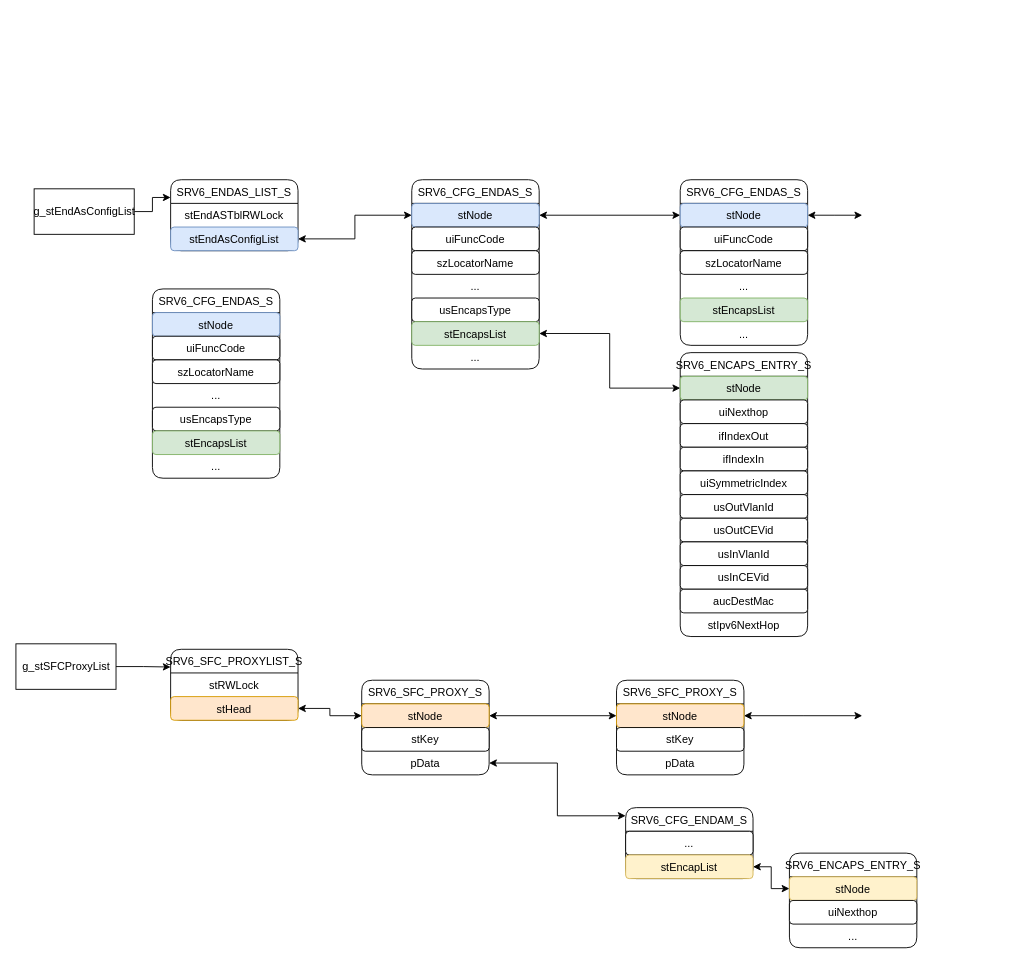
The draw.io diagram page "SRMS" (5 of 5) of base.drawio in adinxu/draw.io, before the edit. Source tidied: cells renumbered, new cells numbered last; positions are measured from the earlier drawing's top-left corner, leaving out a move shared by most shapes. Both pictures are drawn from the tidied source at 91%, with x=0, y=0 at pixel (15, 179).
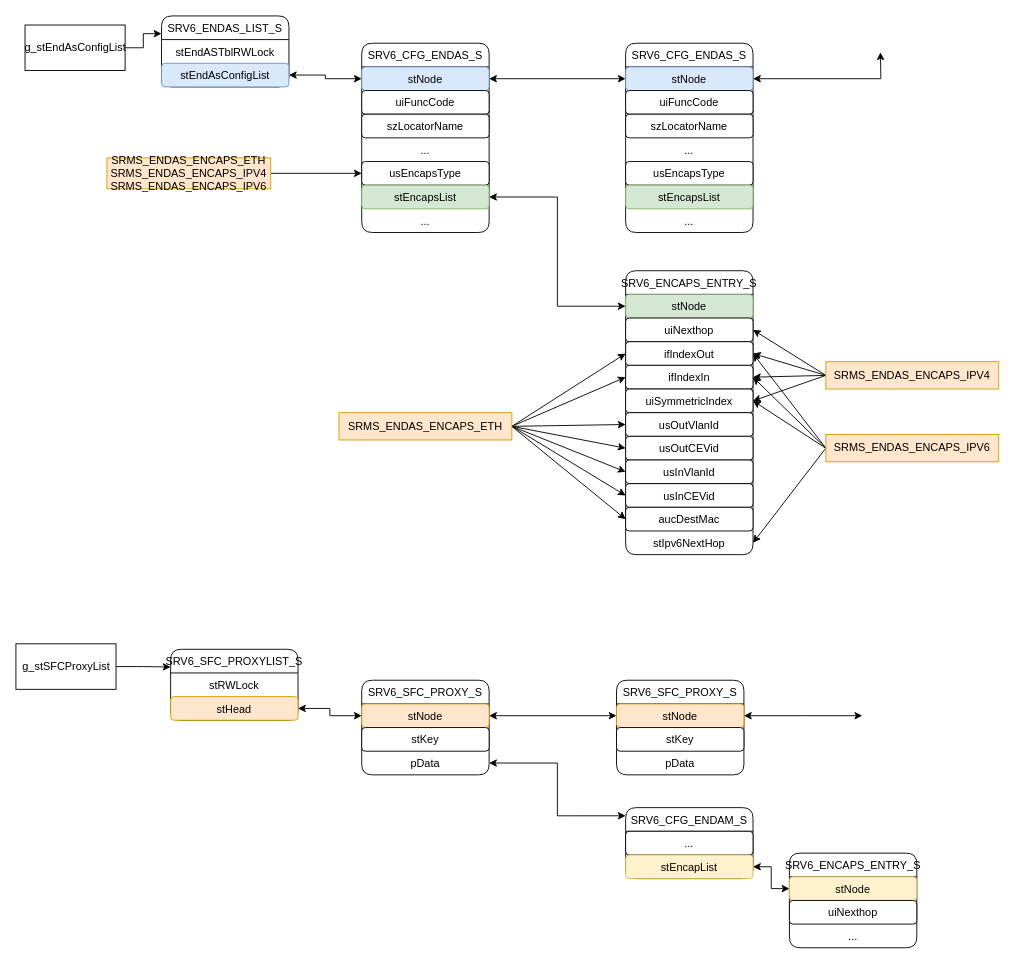
Above is the later version.

Unchanged cells that the change refers to:
```xml
<mxCell id="11" value="usEncapsType" style="text;strokeColor=default;fillColor=default;align=center;verticalAlign=top;spacingLeft=4;spacingRight=4;overflow=hidden;points=[[0,0.5],[1,0.5]];portConstraint=eastwest;rounded=1;shadow=0;glass=0;labelBackgroundColor=none;sketch=0;fontFamily=Helvetica;fontSize=12;fontColor=default;" parent="6" vertex="1">
  <mxGeometry y="130" width="140" height="26" as="geometry" />
</mxCell>
<mxCell id="17" value="uiNexthop" style="text;strokeColor=default;fillColor=default;align=center;verticalAlign=top;spacingLeft=4;spacingRight=4;overflow=hidden;points=[[0,0.5],[1,0.5]];portConstraint=eastwest;rounded=1;shadow=0;glass=0;labelBackgroundColor=none;sketch=0;fontFamily=Helvetica;fontSize=12;fontColor=default;" parent="15" vertex="1">
  <mxGeometry y="52" width="140" height="26" as="geometry" />
</mxCell>
<mxCell id="18" value="ifIndexOut" style="text;strokeColor=default;fillColor=default;align=center;verticalAlign=top;spacingLeft=4;spacingRight=4;overflow=hidden;points=[[0,0.5],[1,0.5]];portConstraint=eastwest;rounded=1;shadow=0;glass=0;labelBackgroundColor=none;sketch=0;fontFamily=Helvetica;fontSize=12;fontColor=default;" parent="15" vertex="1">
  <mxGeometry y="78" width="140" height="26" as="geometry" />
</mxCell>
<mxCell id="19" value="ifIndexIn" style="text;strokeColor=default;fillColor=default;align=center;verticalAlign=top;spacingLeft=4;spacingRight=4;overflow=hidden;points=[[0,0.5],[1,0.5]];portConstraint=eastwest;rounded=1;shadow=0;glass=0;labelBackgroundColor=none;sketch=0;fontFamily=Helvetica;fontSize=12;fontColor=default;" parent="15" vertex="1">
  <mxGeometry y="104" width="140" height="26" as="geometry" />
</mxCell>
<mxCell id="20" value="uiSymmetricIndex" style="text;strokeColor=default;fillColor=default;align=center;verticalAlign=top;spacingLeft=4;spacingRight=4;overflow=hidden;points=[[0,0.5],[1,0.5]];portConstraint=eastwest;rounded=1;shadow=0;glass=0;labelBackgroundColor=none;sketch=0;fontFamily=Helvetica;fontSize=12;fontColor=default;" parent="15" vertex="1">
  <mxGeometry y="130" width="140" height="26" as="geometry" />
</mxCell>
<mxCell id="21" value="usOutVlanId" style="text;strokeColor=default;fillColor=default;align=center;verticalAlign=top;spacingLeft=4;spacingRight=4;overflow=hidden;points=[[0,0.5],[1,0.5]];portConstraint=eastwest;rounded=1;shadow=0;glass=0;labelBackgroundColor=none;sketch=0;fontFamily=Helvetica;fontSize=12;fontColor=default;" parent="15" vertex="1">
  <mxGeometry y="156" width="140" height="26" as="geometry" />
</mxCell>
<mxCell id="22" value="usOutCEVid" style="text;strokeColor=default;fillColor=default;align=center;verticalAlign=top;spacingLeft=4;spacingRight=4;overflow=hidden;points=[[0,0.5],[1,0.5]];portConstraint=eastwest;rounded=1;shadow=0;glass=0;labelBackgroundColor=none;sketch=0;fontFamily=Helvetica;fontSize=12;fontColor=default;" parent="15" vertex="1">
  <mxGeometry y="182" width="140" height="26" as="geometry" />
</mxCell>
<mxCell id="23" value="usInVlanId" style="text;strokeColor=default;fillColor=default;align=center;verticalAlign=top;spacingLeft=4;spacingRight=4;overflow=hidden;points=[[0,0.5],[1,0.5]];portConstraint=eastwest;rounded=1;shadow=0;glass=0;labelBackgroundColor=none;sketch=0;fontFamily=Helvetica;fontSize=12;fontColor=default;" parent="15" vertex="1">
  <mxGeometry y="208" width="140" height="26" as="geometry" />
</mxCell>
<mxCell id="24" value="usInCEVid" style="text;strokeColor=default;fillColor=default;align=center;verticalAlign=top;spacingLeft=4;spacingRight=4;overflow=hidden;points=[[0,0.5],[1,0.5]];portConstraint=eastwest;rounded=1;shadow=0;glass=0;labelBackgroundColor=none;sketch=0;fontFamily=Helvetica;fontSize=12;fontColor=default;" parent="15" vertex="1">
  <mxGeometry y="234" width="140" height="26" as="geometry" />
</mxCell>
<mxCell id="25" value="aucDestMac" style="text;strokeColor=default;fillColor=default;align=center;verticalAlign=top;spacingLeft=4;spacingRight=4;overflow=hidden;points=[[0,0.5],[1,0.5]];portConstraint=eastwest;rounded=1;shadow=0;glass=0;labelBackgroundColor=none;sketch=0;fontFamily=Helvetica;fontSize=12;fontColor=default;" parent="15" vertex="1">
  <mxGeometry y="260" width="140" height="26" as="geometry" />
</mxCell>
<mxCell id="26" value="stIpv6NextHop" style="text;strokeColor=none;fillColor=none;align=center;verticalAlign=top;spacingLeft=4;spacingRight=4;overflow=hidden;points=[[0,0.5],[1,0.5]];portConstraint=eastwest;rounded=1;shadow=0;glass=0;labelBackgroundColor=none;sketch=0;fontFamily=Helvetica;fontSize=12;fontColor=default;" parent="15" vertex="1">
  <mxGeometry y="286" width="140" height="26" as="geometry" />
</mxCell>
<mxCell id="51" value="stNode" style="text;strokeColor=#6c8ebf;fillColor=#dae8fc;align=center;verticalAlign=top;spacingLeft=4;spacingRight=4;overflow=hidden;points=[[0,0.5],[1,0.5]];portConstraint=eastwest;rounded=1;shadow=0;glass=0;labelBackgroundColor=none;sketch=0;fontFamily=Helvetica;fontSize=12;" parent="50" vertex="1">
  <mxGeometry y="26" width="140" height="26" as="geometry" />
</mxCell>
```

What changed in the source:
```diff
@@
     <mxCell id="3" value="SRV6_ENDAS_LIST_S" style="swimlane;fontStyle=0;horizontal=1;startSize=26;fillColor=none;rounded=1;shadow=0;glass=0;labelBackgroundColor=none;sketch=0;fontFamily=Helvetica;fontSize=12;fontColor=default;strokeColor=default;" parent="1" vertex="1">
-      <mxGeometry x="170" width="140" height="78" as="geometry" />
+      <mxGeometry x="160" y="-180" width="140" height="78" as="geometry" />
     </mxCell>
@@
     <mxCell id="6" value="SRV6_CFG_ENDAS_S" style="swimlane;fontStyle=0;horizontal=1;startSize=26;fillColor=none;rounded=1;shadow=0;glass=0;labelBackgroundColor=none;sketch=0;fontFamily=Helvetica;fontSize=12;fontColor=default;strokeColor=default;" parent="1" vertex="1">
-      <mxGeometry x="435" width="140" height="208" as="geometry" />
+      <mxGeometry x="380" y="-150" width="140" height="208" as="geometry" />
     </mxCell>
@@
     <mxCell id="15" value="SRV6_ENCAPS_ENTRY_S" style="swimlane;fontStyle=0;horizontal=1;startSize=26;fillColor=none;rounded=1;shadow=0;glass=0;labelBackgroundColor=none;sketch=0;fontFamily=Helvetica;fontSize=12;fontColor=default;strokeColor=default;" parent="1" vertex="1">
-      <mxGeometry x="730" y="190" width="140" height="312" as="geometry" />
+      <mxGeometry x="670" y="100" width="140" height="312" as="geometry" />
     </mxCell>
@@
     <mxCell id="29" value="g_stEndAsConfigList" style="html=1;" parent="1" vertex="1">
-      <mxGeometry x="20" y="10" width="110" height="50" as="geometry" />
+      <mxGeometry x="10" y="-170" width="110" height="50" as="geometry" />
     </mxCell>
@@
     <mxCell id="50" value="SRV6_CFG_ENDAS_S" style="swimlane;fontStyle=0;horizontal=1;startSize=26;fillColor=none;rounded=1;shadow=0;glass=0;labelBackgroundColor=none;sketch=0;fontFamily=Helvetica;fontSize=12;fontColor=default;strokeColor=default;" parent="1" vertex="1">
-      <mxGeometry x="730" width="140" height="182" as="geometry" />
+      <mxGeometry x="670" y="-150" width="140" height="208" as="geometry" />
     </mxCell>
@@
+    <mxCell id="69" value="usEncapsType" style="text;strokeColor=default;fillColor=default;align=center;verticalAlign=top;spacingLeft=4;spacingRight=4;overflow=hidden;rounded=1;shadow=0;glass=0;labelBackgroundColor=none;sketch=0;fontFamily=Helvetica;fontSize=12;fontColor=default;" parent="50" vertex="1">
+      <mxGeometry y="130" width="140" height="26" as="geometry" />
+    </mxCell>
     <mxCell id="55" value="stEncapsList" style="text;strokeColor=#82b366;fillColor=#d5e8d4;align=center;verticalAlign=top;spacingLeft=4;spacingRight=4;overflow=hidden;rounded=1;shadow=0;glass=0;labelBackgroundColor=none;sketch=0;fontFamily=Helvetica;fontSize=12;" parent="50" vertex="1">
-      <mxGeometry y="130" width="140" height="26" as="geometry" />
+      <mxGeometry y="156" width="140" height="26" as="geometry" />
     </mxCell>
     <mxCell id="56" value="..." style="text;strokeColor=none;fillColor=none;align=center;verticalAlign=top;spacingLeft=4;spacingRight=4;overflow=hidden;rounded=1;shadow=0;glass=0;labelBackgroundColor=none;sketch=0;fontFamily=Helvetica;fontSize=12;fontColor=default;" parent="50" vertex="1">
-      <mxGeometry y="156" width="140" height="26" as="geometry" />
+      <mxGeometry y="182" width="140" height="26" as="geometry" />
     </mxCell>
@@
     <mxCell id="58" style="edgeStyle=orthogonalEdgeStyle;rounded=0;jettySize=auto;html=1;exitX=1;exitY=0.5;exitDx=0;exitDy=0;startArrow=classic;startFill=1;" parent="1" edge="1" source="51">
       <mxGeometry relative="1" as="geometry">
-        <mxPoint x="930" y="39" as="targetPoint" />
+        <mxPoint x="950" y="-140" as="targetPoint" />
       </mxGeometry>
     </mxCell>
@@
-    <mxCell id="64" value="SRV6_CFG_ENDAS_S" style="swimlane;fontStyle=0;horizontal=1;startSize=26;fillColor=none;rounded=1;shadow=0;glass=0;labelBackgroundColor=none;sketch=0;fontFamily=Helvetica;fontSize=12;fontColor=default;strokeColor=default;" parent="1" vertex="1">
-      <mxGeometry x="150" y="120" width="140" height="208" as="geometry" />
-    </mxCell>
-    <mxCell id="65" value="stNode" style="text;strokeColor=#6c8ebf;fillColor=#dae8fc;align=center;verticalAlign=top;spacingLeft=4;spacingRight=4;overflow=hidden;rounded=1;shadow=0;glass=0;labelBackgroundColor=none;sketch=0;fontFamily=Helvetica;fontSize=12;" parent="64" vertex="1">
-      <mxGeometry y="26" width="140" height="26" as="geometry" />
-    </mxCell>
-    <mxCell id="66" value="uiFuncCode" style="text;strokeColor=default;fillColor=default;align=center;verticalAlign=top;spacingLeft=4;spacingRight=4;overflow=hidden;rounded=1;shadow=0;glass=0;labelBackgroundColor=none;sketch=0;fontFamily=Helvetica;fontSize=12;fontColor=default;" parent="64" vertex="1">
-      <mxGeometry y="52" width="140" height="26" as="geometry" />
-    </mxCell>
-    <mxCell id="67" value="szLocatorName" style="text;strokeColor=default;fillColor=default;align=center;verticalAlign=top;spacingLeft=4;spacingRight=4;overflow=hidden;rounded=1;shadow=0;glass=0;labelBackgroundColor=none;sketch=0;fontFamily=Helvetica;fontSize=12;fontColor=default;" parent="64" vertex="1">
-      <mxGeometry y="78" width="140" height="26" as="geometry" />
-    </mxCell>
-    <mxCell id="68" value="..." style="text;align=center;verticalAlign=top;spacingLeft=4;spacingRight=4;overflow=hidden;rounded=1;shadow=0;glass=0;labelBackgroundColor=none;sketch=0;fontFamily=Helvetica;fontSize=12;" parent="64" vertex="1">
-      <mxGeometry y="104" width="140" height="26" as="geometry" />
-    </mxCell>
-    <mxCell id="69" value="usEncapsType" style="text;strokeColor=default;fillColor=default;align=center;verticalAlign=top;spacingLeft=4;spacingRight=4;overflow=hidden;rounded=1;shadow=0;glass=0;labelBackgroundColor=none;sketch=0;fontFamily=Helvetica;fontSize=12;fontColor=default;" parent="64" vertex="1">
-      <mxGeometry y="130" width="140" height="26" as="geometry" />
-    </mxCell>
-    <mxCell id="70" value="stEncapsList" style="text;strokeColor=#82b366;fillColor=#d5e8d4;align=center;verticalAlign=top;spacingLeft=4;spacingRight=4;overflow=hidden;rounded=1;shadow=0;glass=0;labelBackgroundColor=none;sketch=0;fontFamily=Helvetica;fontSize=12;" parent="64" vertex="1">
-      <mxGeometry y="156" width="140" height="26" as="geometry" />
-    </mxCell>
-    <mxCell id="71" value="..." style="text;strokeColor=none;fillColor=none;align=center;verticalAlign=top;spacingLeft=4;spacingRight=4;overflow=hidden;rounded=1;shadow=0;glass=0;labelBackgroundColor=none;sketch=0;fontFamily=Helvetica;fontSize=12;fontColor=default;" parent="64" vertex="1">
-      <mxGeometry y="182" width="140" height="26" as="geometry" />
-    </mxCell>
+    <mxCell id="72" style="edgeStyle=none;rounded=0;jettySize=auto;html=1;exitX=1;exitY=0.5;exitDx=0;exitDy=0;entryX=0;entryY=0.5;entryDx=0;entryDy=0;endArrow=classic;endFill=1;" parent="1" edge="1" source="81" target="18">
+      <mxGeometry relative="1" as="geometry" />
+    </mxCell>
+    <mxCell id="73" style="edgeStyle=none;rounded=0;jettySize=auto;html=1;exitX=1;exitY=0.5;exitDx=0;exitDy=0;entryX=0;entryY=0.5;entryDx=0;entryDy=0;endArrow=classic;endFill=1;" parent="1" edge="1" source="81" target="19">
+      <mxGeometry relative="1" as="geometry" />
+    </mxCell>
+    <mxCell id="74" style="edgeStyle=none;rounded=0;jettySize=auto;html=1;exitX=1;exitY=0.5;exitDx=0;exitDy=0;entryX=0;entryY=0.5;entryDx=0;entryDy=0;endArrow=classic;endFill=1;" parent="1" edge="1" source="81" target="21">
+      <mxGeometry relative="1" as="geometry" />
+    </mxCell>
+    <mxCell id="75" style="edgeStyle=none;rounded=0;jettySize=auto;html=1;exitX=1;exitY=0.5;exitDx=0;exitDy=0;entryX=0;entryY=0.5;entryDx=0;entryDy=0;endArrow=classic;endFill=1;" parent="1" edge="1" source="81" target="22">
+      <mxGeometry relative="1" as="geometry" />
+    </mxCell>
+    <mxCell id="76" style="edgeStyle=none;rounded=0;jettySize=auto;html=1;exitX=1;exitY=0.5;exitDx=0;exitDy=0;entryX=0;entryY=0.5;entryDx=0;entryDy=0;endArrow=classic;endFill=1;" parent="1" edge="1" source="81" target="23">
+      <mxGeometry relative="1" as="geometry" />
+    </mxCell>
+    <mxCell id="77" style="edgeStyle=none;rounded=0;jettySize=auto;html=1;exitX=1;exitY=0.5;exitDx=0;exitDy=0;endArrow=classic;endFill=1;entryX=0;entryY=0.5;entryDx=0;entryDy=0;" parent="1" edge="1" source="81" target="25">
+      <mxGeometry relative="1" as="geometry" />
+    </mxCell>
+    <mxCell id="78" style="edgeStyle=none;rounded=0;jettySize=auto;html=1;exitX=1;exitY=0.5;exitDx=0;exitDy=0;entryX=0;entryY=0.5;entryDx=0;entryDy=0;endArrow=classic;endFill=1;" parent="1" edge="1" source="81" target="24">
+      <mxGeometry relative="1" as="geometry" />
+    </mxCell>
+    <mxCell id="79" style="edgeStyle=none;rounded=0;jettySize=auto;html=1;exitX=1;exitY=0.5;exitDx=0;exitDy=0;entryX=0;entryY=0.5;entryDx=0;entryDy=0;endArrow=classic;endFill=1;" parent="1" edge="1" source="80" target="11">
+      <mxGeometry relative="1" as="geometry" />
+    </mxCell>
+    <mxCell id="80" value="SRMS_ENDAS_ENCAPS_ETH&lt;br&gt;SRMS_ENDAS_ENCAPS_IPV4&lt;br&gt;SRMS_ENDAS_ENCAPS_IPV6" style="text;html=1;strokeColor=#d79b00;fillColor=#ffe6cc;align=center;verticalAlign=middle;whiteSpace=wrap;rounded=0;shadow=0;" parent="1" vertex="1">
+      <mxGeometry x="100" y="-24" width="180" height="34" as="geometry" />
+    </mxCell>
+    <mxCell id="81" value="SRMS_ENDAS_ENCAPS_ETH" style="text;html=1;strokeColor=#d79b00;fillColor=#ffe6cc;align=center;verticalAlign=middle;whiteSpace=wrap;rounded=0;shadow=0;" parent="1" vertex="1">
+      <mxGeometry x="355" y="256" width="190" height="30" as="geometry" />
+    </mxCell>
+    <mxCell id="82" style="edgeStyle=none;rounded=0;jettySize=auto;html=1;exitX=0;exitY=0.5;exitDx=0;exitDy=0;entryX=1;entryY=0.5;entryDx=0;entryDy=0;endArrow=classic;endFill=1;" parent="1" edge="1" source="86" target="17">
+      <mxGeometry relative="1" as="geometry" />
+    </mxCell>
+    <mxCell id="83" style="edgeStyle=none;rounded=0;jettySize=auto;html=1;exitX=0;exitY=0.5;exitDx=0;exitDy=0;entryX=1;entryY=0.5;entryDx=0;entryDy=0;endArrow=classic;endFill=1;" parent="1" edge="1" source="86" target="18">
+      <mxGeometry relative="1" as="geometry" />
+    </mxCell>
+    <mxCell id="84" style="edgeStyle=none;rounded=0;jettySize=auto;html=1;exitX=0;exitY=0.5;exitDx=0;exitDy=0;entryX=1;entryY=0.5;entryDx=0;entryDy=0;endArrow=classic;endFill=1;" parent="1" edge="1" source="86" target="19">
+      <mxGeometry relative="1" as="geometry" />
+    </mxCell>
+    <mxCell id="85" style="edgeStyle=none;rounded=0;jettySize=auto;html=1;exitX=0;exitY=0.5;exitDx=0;exitDy=0;entryX=1;entryY=0.5;entryDx=0;entryDy=0;endArrow=classic;endFill=1;" parent="1" edge="1" source="86" target="20">
+      <mxGeometry relative="1" as="geometry" />
+    </mxCell>
+    <mxCell id="86" value="SRMS_ENDAS_ENCAPS_IPV4" style="text;html=1;strokeColor=#d79b00;fillColor=#ffe6cc;align=center;verticalAlign=middle;whiteSpace=wrap;rounded=0;shadow=0;" parent="1" vertex="1">
+      <mxGeometry x="890" y="200" width="190" height="30" as="geometry" />
+    </mxCell>
+    <mxCell id="87" style="edgeStyle=none;rounded=0;jettySize=auto;html=1;exitX=0;exitY=0.5;exitDx=0;exitDy=0;entryX=1;entryY=0.5;entryDx=0;entryDy=0;endArrow=classic;endFill=1;" parent="1" edge="1" source="91" target="26">
+      <mxGeometry relative="1" as="geometry" />
+    </mxCell>
+    <mxCell id="88" style="edgeStyle=none;rounded=0;jettySize=auto;html=1;exitX=0;exitY=0.5;exitDx=0;exitDy=0;entryX=1;entryY=0.5;entryDx=0;entryDy=0;endArrow=classic;endFill=1;" parent="1" edge="1" source="91" target="20">
+      <mxGeometry relative="1" as="geometry" />
+    </mxCell>
+    <mxCell id="89" style="edgeStyle=none;rounded=0;jettySize=auto;html=1;exitX=0;exitY=0.5;exitDx=0;exitDy=0;entryX=1;entryY=0.5;entryDx=0;entryDy=0;endArrow=classic;endFill=1;" parent="1" edge="1" source="91" target="19">
+      <mxGeometry relative="1" as="geometry" />
+    </mxCell>
+    <mxCell id="90" style="edgeStyle=none;rounded=0;jettySize=auto;html=1;exitX=0;exitY=0.5;exitDx=0;exitDy=0;entryX=1;entryY=0.5;entryDx=0;entryDy=0;endArrow=classic;endFill=1;" parent="1" edge="1" source="91" target="18">
+      <mxGeometry relative="1" as="geometry" />
+    </mxCell>
+    <mxCell id="91" value="SRMS_ENDAS_ENCAPS_IPV6" style="text;html=1;strokeColor=#d79b00;fillColor=#ffe6cc;align=center;verticalAlign=middle;whiteSpace=wrap;rounded=0;shadow=0;" parent="1" vertex="1">
+      <mxGeometry x="890" y="280" width="190" height="30" as="geometry" />
+    </mxCell>
```
